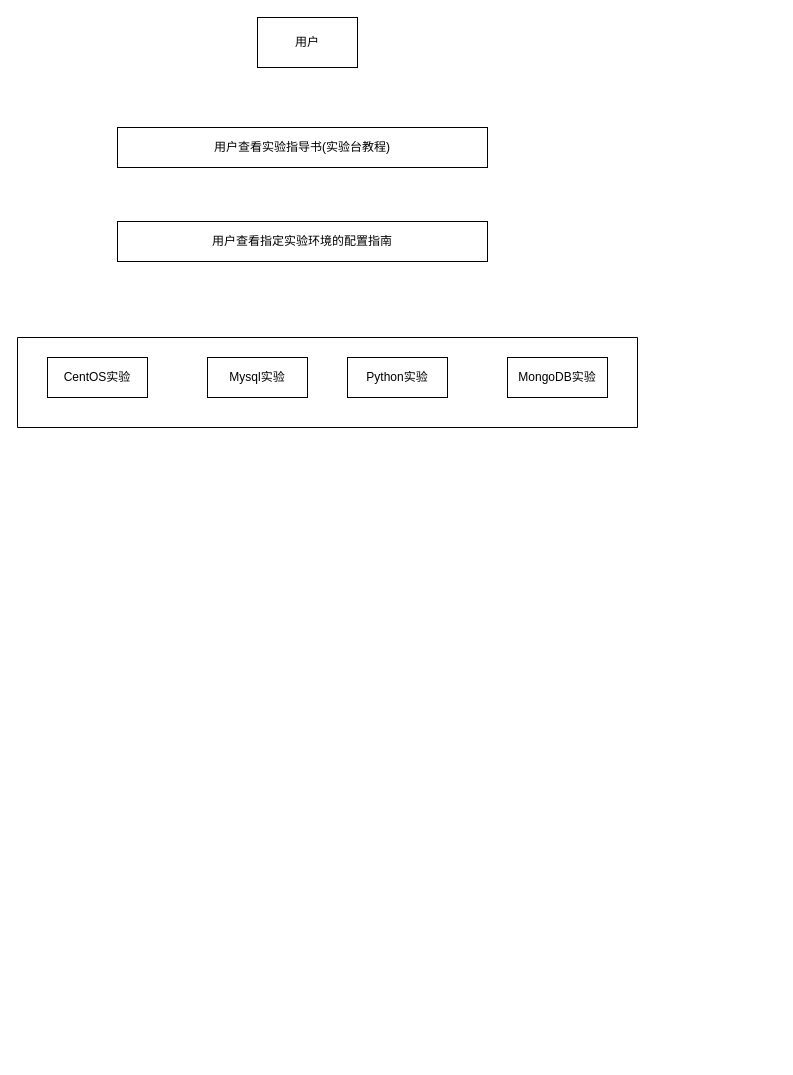
yihezhou/diagrams keeps this draw.io diagram as KQS项目.drawio. Above is the earlier version. Source tidied: cells renumbered, new cells numbered last; positions are measured from the earlier drawing's top-left corner, leaving out a move shared by most shapes. Both pictures are drawn from the tidied source at 100%, with x=0, y=0 at pixel (17, 17).
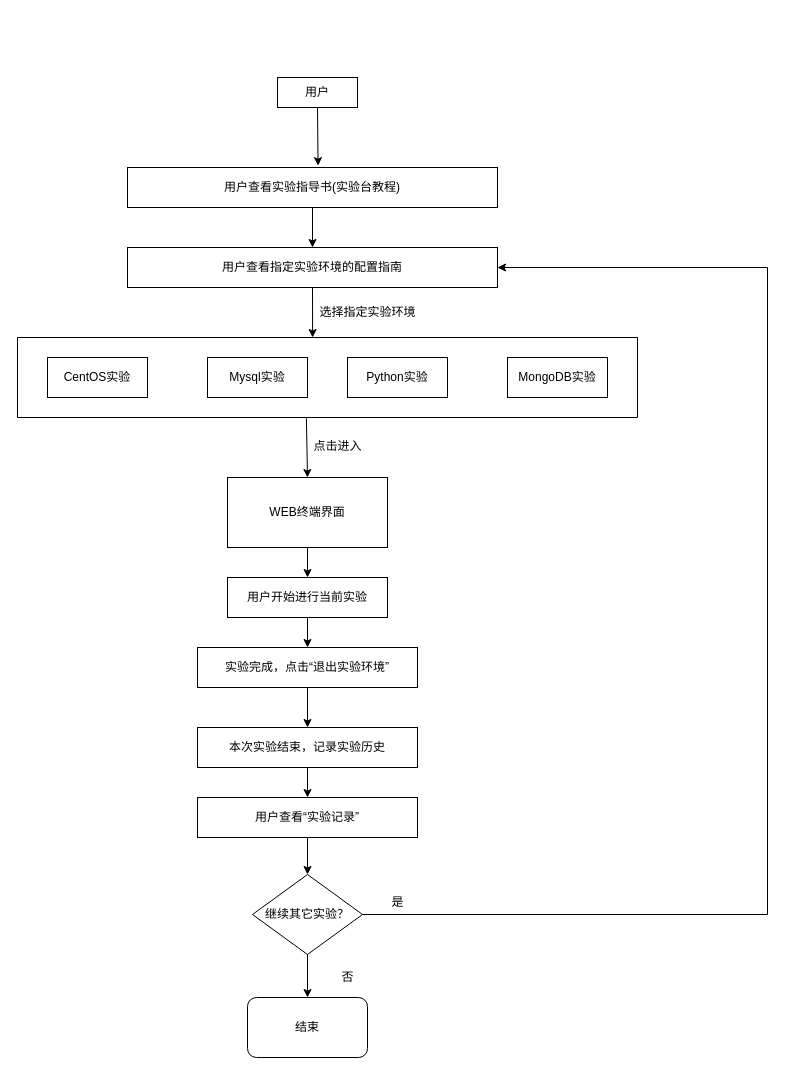
The same diagram, later.

What changed in the source:
```diff
@@
     <mxCell id="2" value="用户" style="rounded=0;whiteSpace=wrap;html=1;" parent="1" vertex="1">
-      <mxGeometry x="240" width="100" height="50" as="geometry" />
+      <mxGeometry x="260" y="60" width="80" height="30" as="geometry" />
     </mxCell>
     <mxCell id="3" value="用户查看实验指导书(实验台教程)" style="rounded=0;whiteSpace=wrap;html=1;" parent="1" vertex="1">
-      <mxGeometry x="100" y="110" width="370" height="40" as="geometry" />
+      <mxGeometry x="110" y="150" width="370" height="40" as="geometry" />
     </mxCell>
     <mxCell id="4" value="用户查看指定实验环境的配置指南" style="rounded=0;whiteSpace=wrap;html=1;" parent="1" vertex="1">
-      <mxGeometry x="100" y="204" width="370" height="40" as="geometry" />
+      <mxGeometry x="110" y="230" width="370" height="40" as="geometry" />
     </mxCell>
@@
     <mxCell id="9" style="swimlane;startSize=0;" parent="1" vertex="1">
-      <mxGeometry y="320" width="620" height="90" as="geometry" />
+      <mxGeometry y="320" width="620" height="80" as="geometry" />
     </mxCell>
+    <mxCell id="10" value="WEB终端界面" style="rounded=0;whiteSpace=wrap;html=1;" parent="1" vertex="1">
+      <mxGeometry x="210" y="460" width="160" height="70" as="geometry" />
+    </mxCell>
+    <mxCell id="11" value="用户开始进行当前实验" style="rounded=0;whiteSpace=wrap;html=1;" parent="1" vertex="1">
+      <mxGeometry x="210" y="560" width="160" height="40" as="geometry" />
+    </mxCell>
+    <mxCell id="12" value="实验完成，点击“退出实验环境”" style="rounded=0;whiteSpace=wrap;html=1;" parent="1" vertex="1">
+      <mxGeometry x="180" y="630" width="220" height="40" as="geometry" />
+    </mxCell>
+    <mxCell id="13" value="本次实验结束，记录实验历史" style="rounded=0;whiteSpace=wrap;html=1;" parent="1" vertex="1">
+      <mxGeometry x="180" y="710" width="220" height="40" as="geometry" />
+    </mxCell>
+    <mxCell id="14" value="用户查看“实验记录”" style="rounded=0;whiteSpace=wrap;html=1;" parent="1" vertex="1">
+      <mxGeometry x="180" y="780" width="220" height="40" as="geometry" />
+    </mxCell>
+    <mxCell id="15" value="继续其它实验？" style="rhombus;whiteSpace=wrap;html=1;" parent="1" vertex="1">
+      <mxGeometry x="235" y="857" width="110" height="80" as="geometry" />
+    </mxCell>
+    <mxCell id="16" style="endArrow=classic;html=1;rounded=0;exitX=1;exitY=0.5;exitDx=0;exitDy=0;entryX=1;entryY=0.5;entryDx=0;entryDy=0;" parent="1" edge="1" source="15" target="4">
+      <mxGeometry relative="1" as="geometry">
+        <Array as="points">
+          <mxPoint x="750" y="897" />
+          <mxPoint x="750" y="250" />
+        </Array>
+      </mxGeometry>
+    </mxCell>
+    <mxCell id="17" value="是" style="text;html=1;align=center;verticalAlign=middle;strokeColor=none;fillColor=none;" parent="1" vertex="1">
+      <mxGeometry x="360" y="870" width="40" height="30" as="geometry" />
+    </mxCell>
+    <mxCell id="18" value="结束" style="rounded=1;whiteSpace=wrap;html=1;" parent="1" vertex="1">
+      <mxGeometry x="230" y="980" width="120" height="60" as="geometry" />
+    </mxCell>
+    <mxCell id="19" style="endArrow=classic;html=1;rounded=0;entryX=0.5;entryY=0;entryDx=0;entryDy=0;exitX=0.5;exitY=1;exitDx=0;exitDy=0;" parent="1" edge="1" source="15" target="18">
+      <mxGeometry relative="1" as="geometry" />
+    </mxCell>
+    <mxCell id="20" value="否" style="text;html=1;align=center;verticalAlign=middle;strokeColor=none;fillColor=none;" parent="1" vertex="1">
+      <mxGeometry x="310" y="945" width="40" height="30" as="geometry" />
+    </mxCell>
+    <mxCell id="21" style="endArrow=classic;html=1;rounded=0;exitX=0.5;exitY=1;exitDx=0;exitDy=0;entryX=0.515;entryY=-0.046;entryDx=0;entryDy=0;entryPerimeter=0;" parent="1" edge="1" source="2" target="3">
+      <mxGeometry relative="1" as="geometry" />
+    </mxCell>
+    <mxCell id="22" style="endArrow=classic;html=1;rounded=0;exitX=0.5;exitY=1;exitDx=0;exitDy=0;entryX=0.5;entryY=0;entryDx=0;entryDy=0;" parent="1" edge="1" source="3" target="4">
+      <mxGeometry relative="1" as="geometry" />
+    </mxCell>
+    <mxCell id="23" style="endArrow=classic;html=1;rounded=0;exitX=0.5;exitY=1;exitDx=0;exitDy=0;entryX=0.476;entryY=0;entryDx=0;entryDy=0;entryPerimeter=0;" parent="1" edge="1" source="4" target="9">
+      <mxGeometry relative="1" as="geometry" />
+    </mxCell>
+    <mxCell id="24" value="选择指定实验环境" style="text;html=1;align=center;verticalAlign=middle;strokeColor=none;fillColor=none;" parent="1" vertex="1">
+      <mxGeometry x="290" y="280" width="120" height="30" as="geometry" />
+    </mxCell>
+    <mxCell id="25" style="endArrow=classic;html=1;rounded=0;exitX=0.466;exitY=1.01;exitDx=0;exitDy=0;exitPerimeter=0;entryX=0.5;entryY=0;entryDx=0;entryDy=0;" parent="1" edge="1" source="9" target="10">
+      <mxGeometry relative="1" as="geometry" />
+    </mxCell>
+    <mxCell id="26" value="点击进入" style="text;html=1;align=center;verticalAlign=middle;strokeColor=none;fillColor=none;" parent="1" vertex="1">
+      <mxGeometry x="285" y="414" width="70" height="30" as="geometry" />
+    </mxCell>
+    <mxCell id="27" style="endArrow=classic;html=1;rounded=0;exitX=0.5;exitY=1;exitDx=0;exitDy=0;entryX=0.5;entryY=0;entryDx=0;entryDy=0;" parent="1" edge="1" source="10" target="11">
+      <mxGeometry relative="1" as="geometry" />
+    </mxCell>
+    <mxCell id="28" style="endArrow=classic;html=1;rounded=0;entryX=0.5;entryY=0;entryDx=0;entryDy=0;exitX=0.5;exitY=1;exitDx=0;exitDy=0;" parent="1" edge="1" source="11" target="12">
+      <mxGeometry relative="1" as="geometry" />
+    </mxCell>
+    <mxCell id="29" style="endArrow=classic;html=1;rounded=0;exitX=0.5;exitY=1;exitDx=0;exitDy=0;" parent="1" edge="1" source="12" target="13">
+      <mxGeometry relative="1" as="geometry" />
+    </mxCell>
+    <mxCell id="30" style="endArrow=classic;html=1;rounded=0;exitX=0.5;exitY=1;exitDx=0;exitDy=0;entryX=0.5;entryY=0;entryDx=0;entryDy=0;" parent="1" edge="1" source="13" target="14">
+      <mxGeometry relative="1" as="geometry" />
+    </mxCell>
+    <mxCell id="31" style="endArrow=classic;html=1;rounded=0;exitX=0.5;exitY=1;exitDx=0;exitDy=0;entryX=0.5;entryY=0;entryDx=0;entryDy=0;" parent="1" edge="1" source="14" target="15">
+      <mxGeometry relative="1" as="geometry" />
+    </mxCell>
```
